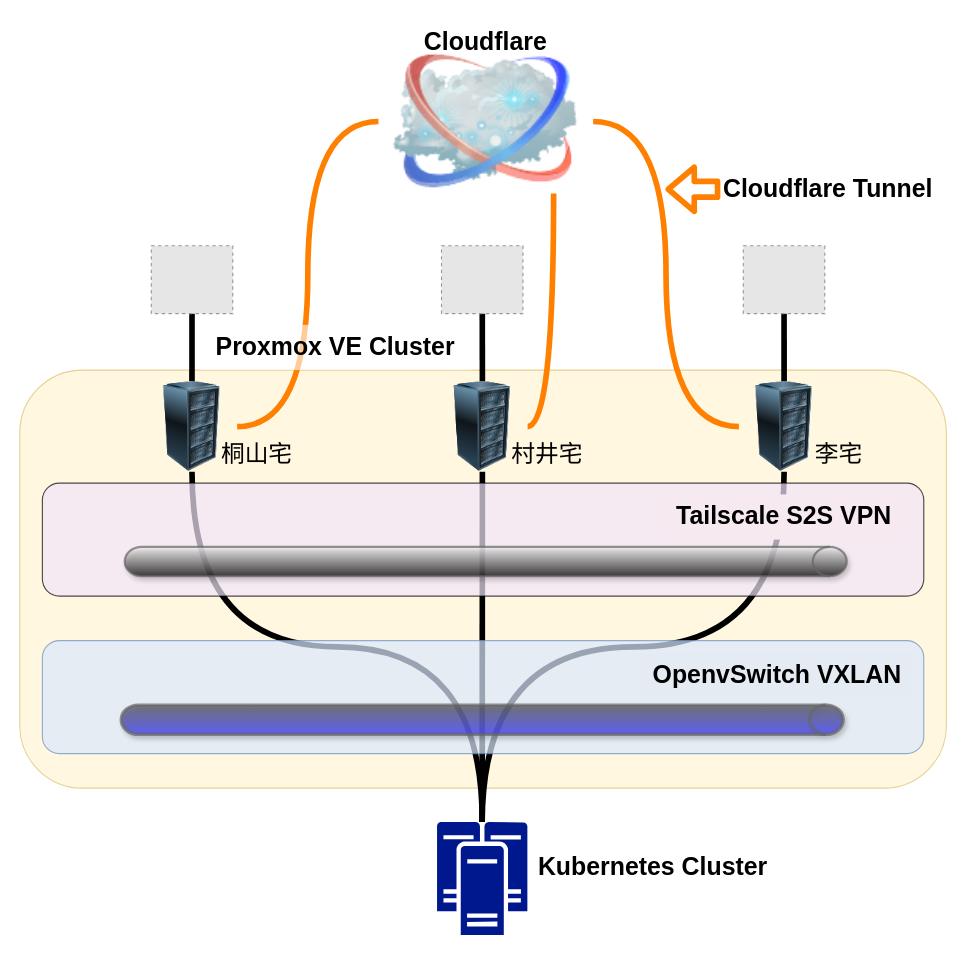
Above: drawio/topology.drawio in lee89tw14/switching-harmony (draw.io), before the change. Source tidied: cells renumbered, new cells numbered last; positions are measured from the earlier drawing's top-left corner, leaving out a move shared by most shapes. Both pictures are drawn from the tidied source at 113%, with x=0, y=0 at pixel (19, 19). Pictures stored in the file or linked from it are replaced by grey dashed boxes.
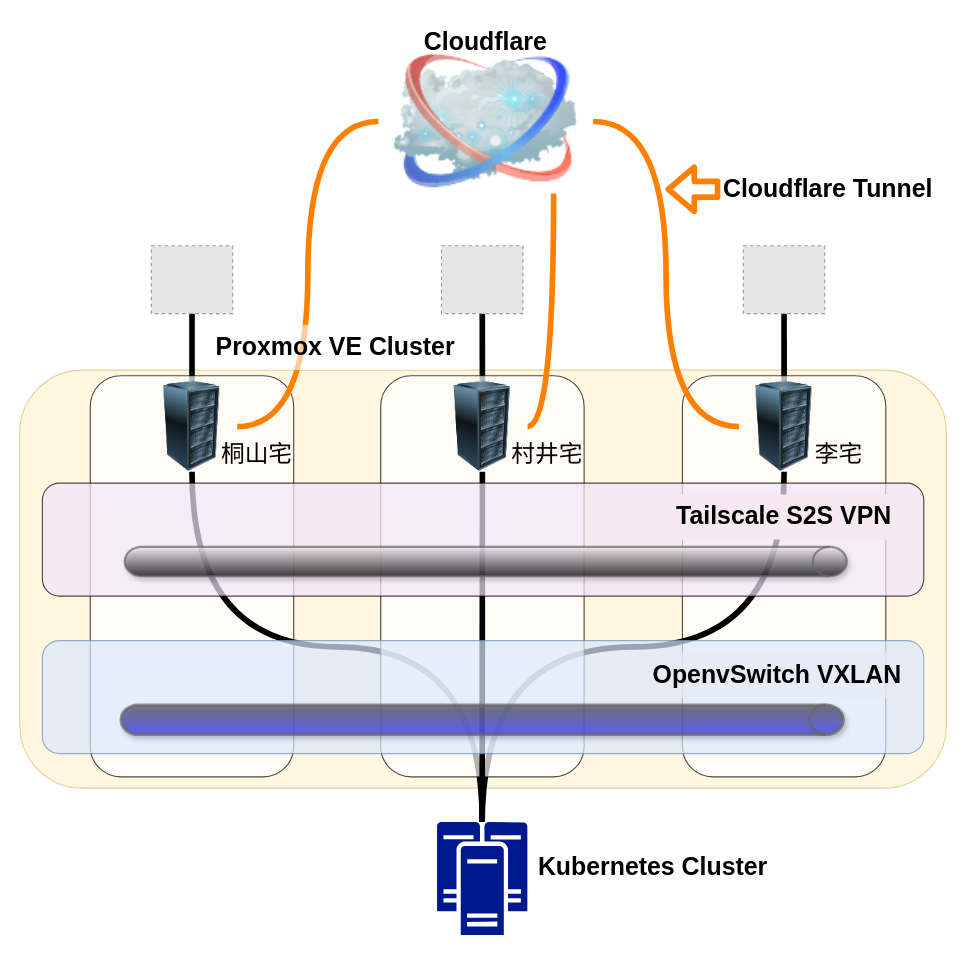
After the change.

Diff of the diagram source:
```diff
@@
+    <mxCell id="35" style="rounded=1;whiteSpace=wrap;html=1;opacity=70;" parent="1" vertex="1">
+      <mxGeometry x="62.4" y="315" width="180" height="355" as="geometry" />
+    </mxCell>
@@
+    <mxCell id="36" style="rounded=1;whiteSpace=wrap;html=1;opacity=70;" parent="1" vertex="1">
+      <mxGeometry x="586.4" y="315" width="180" height="355" as="geometry" />
+    </mxCell>
@@
+    <mxCell id="37" style="rounded=1;whiteSpace=wrap;html=1;opacity=70;" parent="1" vertex="1">
+      <mxGeometry x="319.4" y="315" width="180" height="355" as="geometry" />
+    </mxCell>
```
